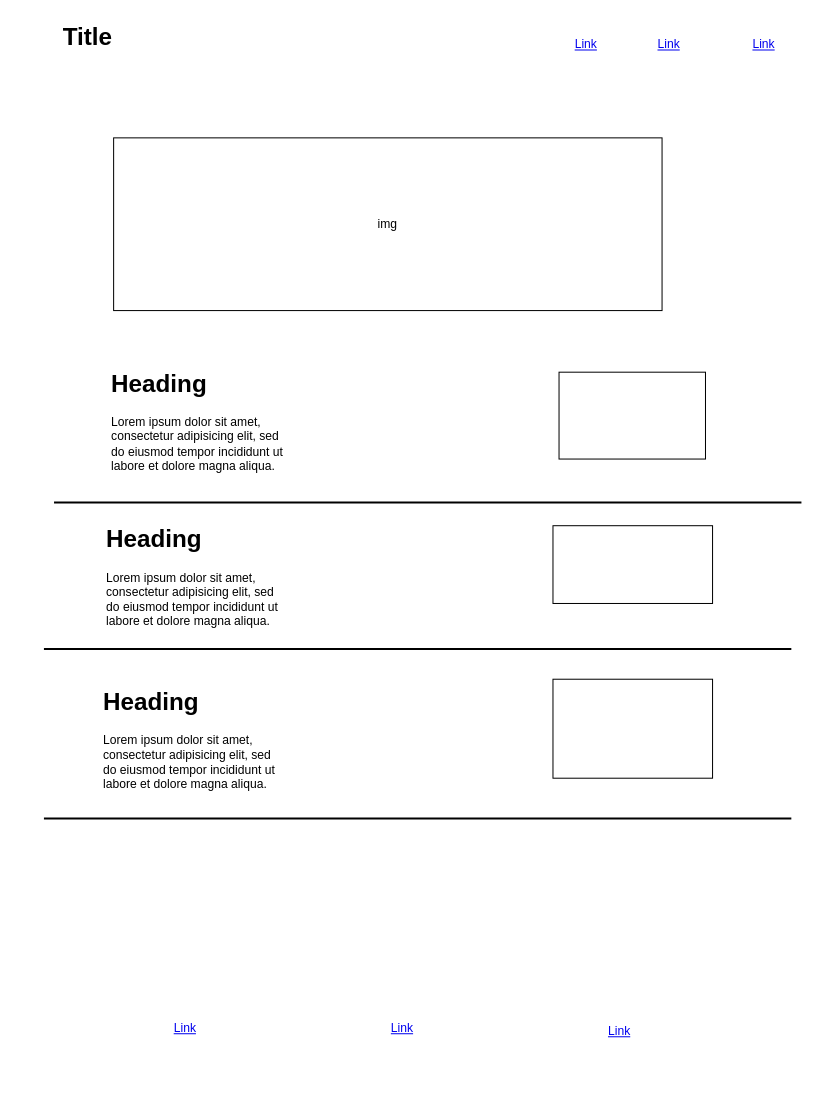
The draw.io diagram Untitled Diagram.drawio in PaulR1209/leamington-spa, before the edit. Source tidied: cells renumbered, new cells numbered last; positions are measured from the earlier drawing's top-left corner, leaving out a move shared by most shapes. Both pictures are drawn from the tidied source at 101%, with x=0, y=0 at pixel (36, 17).
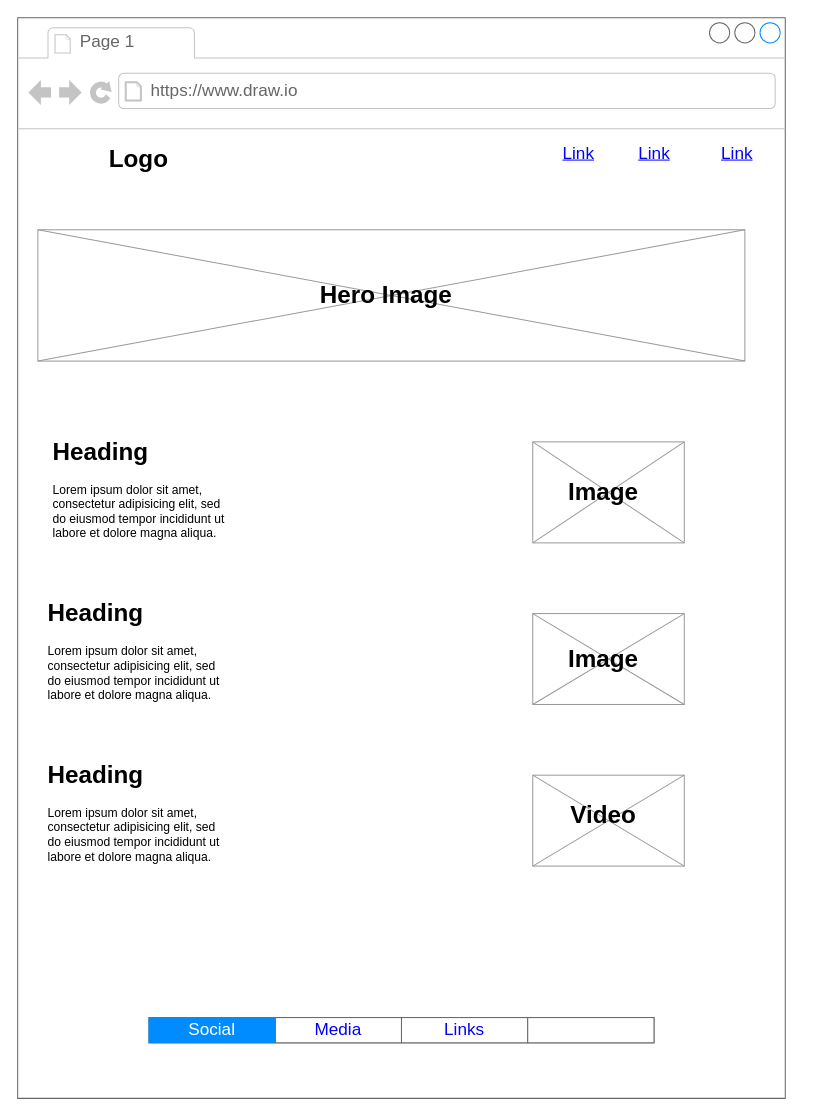
Above is the later version.

Diff of the diagram source:
```diff
@@
-    <mxCell id="2" value="Title" style="text;strokeColor=none;fillColor=none;html=1;fontSize=24;fontStyle=1;verticalAlign=middle;align=center;" parent="1" vertex="1">
-      <mxGeometry width="100" height="40" as="geometry" />
-    </mxCell>
-    <mxCell id="3" value="Link" style="text;html=1;strokeColor=none;fillColor=none;whiteSpace=wrap;align=center;verticalAlign=middle;fontColor=#0000EE;fontStyle=4;" parent="1" vertex="1">
-      <mxGeometry x="514" y="7" width="60" height="40" as="geometry" />
-    </mxCell>
-    <mxCell id="4" value="Link" style="text;html=1;strokeColor=none;fillColor=none;whiteSpace=wrap;align=center;verticalAlign=middle;fontColor=#0000EE;fontStyle=4;" parent="1" vertex="1">
-      <mxGeometry x="596" y="7" width="60" height="40" as="geometry" />
-    </mxCell>
-    <mxCell id="5" value="Link" style="text;html=1;strokeColor=none;fillColor=none;whiteSpace=wrap;align=center;verticalAlign=middle;fontColor=#0000EE;fontStyle=4;" parent="1" vertex="1">
-      <mxGeometry x="690" y="7" width="60" height="40" as="geometry" />
-    </mxCell>
-    <mxCell id="6" value="img" style="rounded=0;whiteSpace=wrap;html=1;" parent="1" vertex="1">
-      <mxGeometry x="76" y="119" width="543" height="171" as="geometry" />
-    </mxCell>
-    <mxCell id="7" value="&lt;h1&gt;Heading&lt;/h1&gt;&lt;p&gt;Lorem ipsum dolor sit amet, consectetur adipisicing elit, sed do eiusmod tempor incididunt ut labore et dolore magna aliqua.&lt;/p&gt;" style="text;html=1;strokeColor=none;fillColor=none;spacing=5;spacingTop=-20;whiteSpace=wrap;overflow=hidden;rounded=0;" parent="1" vertex="1">
-      <mxGeometry x="69" y="343" width="190" height="120" as="geometry" />
-    </mxCell>
-    <mxCell id="8" value="&lt;h1&gt;Heading&lt;/h1&gt;&lt;p&gt;Lorem ipsum dolor sit amet, consectetur adipisicing elit, sed do eiusmod tempor incididunt ut labore et dolore magna aliqua.&lt;/p&gt;" style="text;html=1;strokeColor=none;fillColor=none;spacing=5;spacingTop=-20;whiteSpace=wrap;overflow=hidden;rounded=0;" parent="1" vertex="1">
-      <mxGeometry x="64" y="497" width="190" height="120" as="geometry" />
-    </mxCell>
-    <mxCell id="9" value="&lt;h1&gt;Heading&lt;/h1&gt;&lt;p&gt;Lorem ipsum dolor sit amet, consectetur adipisicing elit, sed do eiusmod tempor incididunt ut labore et dolore magna aliqua.&lt;/p&gt;" style="text;html=1;strokeColor=none;fillColor=none;spacing=5;spacingTop=-20;whiteSpace=wrap;overflow=hidden;rounded=0;" parent="1" vertex="1">
-      <mxGeometry x="61" y="658" width="190" height="120" as="geometry" />
-    </mxCell>
-    <mxCell id="10" style="rounded=0;whiteSpace=wrap;html=1;" parent="1" vertex="1">
-      <mxGeometry x="517" y="351" width="145" height="86" as="geometry" />
-    </mxCell>
-    <mxCell id="11" style="rounded=0;whiteSpace=wrap;html=1;" parent="1" vertex="1">
-      <mxGeometry x="511" y="503" width="158" height="77" as="geometry" />
-    </mxCell>
-    <mxCell id="12" style="rounded=0;whiteSpace=wrap;html=1;" parent="1" vertex="1">
-      <mxGeometry x="511" y="655" width="158" height="98" as="geometry" />
-    </mxCell>
-    <mxCell id="13" style="line;strokeWidth=2;html=1;" parent="1" vertex="1">
-      <mxGeometry x="17" y="475" width="740" height="10" as="geometry" />
-    </mxCell>
-    <mxCell id="14" style="line;strokeWidth=2;html=1;" parent="1" vertex="1">
-      <mxGeometry x="7" y="788" width="740" height="10" as="geometry" />
-    </mxCell>
-    <mxCell id="15" style="line;strokeWidth=2;html=1;" parent="1" vertex="1">
-      <mxGeometry x="7" y="620" width="740" height="10" as="geometry" />
-    </mxCell>
-    <mxCell id="16" value="Link" style="text;html=1;strokeColor=none;fillColor=none;whiteSpace=wrap;align=center;verticalAlign=middle;fontColor=#0000EE;fontStyle=4;" parent="1" vertex="1">
-      <mxGeometry x="117" y="981" width="60" height="40" as="geometry" />
-    </mxCell>
-    <mxCell id="17" value="Link" style="text;html=1;strokeColor=none;fillColor=none;whiteSpace=wrap;align=center;verticalAlign=middle;fontColor=#0000EE;fontStyle=4;" parent="1" vertex="1">
-      <mxGeometry x="332" y="981" width="60" height="40" as="geometry" />
-    </mxCell>
-    <mxCell id="18" value="Link" style="text;html=1;strokeColor=none;fillColor=none;whiteSpace=wrap;align=center;verticalAlign=middle;fontColor=#0000EE;fontStyle=4;" parent="1" vertex="1">
-      <mxGeometry x="547" y="984" width="60" height="40" as="geometry" />
-    </mxCell>
+    <mxCell id="19" style="strokeWidth=1;shadow=0;dashed=0;align=center;html=1;shape=mxgraph.mockup.containers.browserWindow;rSize=0;strokeColor=#666666;strokeColor2=#008cff;strokeColor3=#c4c4c4;mainText=,;" parent="1" vertex="1">
+      <mxGeometry x="-19" width="760" height="1070" as="geometry" />
+    </mxCell>
+    <mxCell id="20" value="Page 1" style="strokeWidth=1;shadow=0;dashed=0;align=center;html=1;shape=mxgraph.mockup.containers.anchor;fontSize=17;fontColor=#666666;align=left;whiteSpace=wrap;" parent="19" vertex="1">
+      <mxGeometry x="60" y="12" width="110" height="26" as="geometry" />
+    </mxCell>
+    <mxCell id="21" value="https://www.draw.io" style="strokeWidth=1;shadow=0;dashed=0;align=center;html=1;shape=mxgraph.mockup.containers.anchor;rSize=0;fontSize=17;fontColor=#666666;align=left;" parent="19" vertex="1">
+      <mxGeometry x="130" y="60" width="250" height="26" as="geometry" />
+    </mxCell>
+    <mxCell id="22" value="Link" style="shape=rectangle;strokeColor=none;fillColor=none;linkText=;fontSize=17;fontColor=#0000ff;fontStyle=4;html=1;align=center;" parent="19" vertex="1">
+      <mxGeometry x="637" y="120" width="150" height="30" as="geometry" />
+    </mxCell>
+    <mxCell id="23" value="Link" style="shape=rectangle;strokeColor=none;fillColor=none;linkText=;fontSize=17;fontColor=#0000ff;fontStyle=4;html=1;align=center;" parent="19" vertex="1">
+      <mxGeometry x="570" y="120" width="120" height="30" as="geometry" />
+    </mxCell>
+    <mxCell id="24" value="Link" style="shape=rectangle;strokeColor=none;fillColor=none;linkText=;fontSize=17;fontColor=#0000ff;fontStyle=4;html=1;align=center;" parent="19" vertex="1">
+      <mxGeometry x="480" y="120" width="150" height="30" as="geometry" />
+    </mxCell>
+    <mxCell id="25" value="&lt;span style=&quot;font-size: 24px;&quot;&gt;&lt;b&gt;Logo&lt;/b&gt;&lt;/span&gt;" style="text;html=1;strokeColor=none;fillColor=none;align=center;verticalAlign=middle;whiteSpace=wrap;rounded=0;" parent="19" vertex="1">
+      <mxGeometry x="30" y="120" width="180" height="40" as="geometry" />
+    </mxCell>
+    <mxCell id="26" style="verticalLabelPosition=bottom;shadow=0;dashed=0;align=center;html=1;verticalAlign=top;strokeWidth=1;shape=mxgraph.mockup.graphics.simpleIcon;strokeColor=#999999;" parent="19" vertex="1">
+      <mxGeometry x="20" y="210" width="700" height="130" as="geometry" />
+    </mxCell>
+    <mxCell id="27" value="&lt;font style=&quot;font-size: 24px;&quot;&gt;&lt;b&gt;Hero Image&lt;/b&gt;&lt;/font&gt;" style="text;html=1;strokeColor=none;fillColor=none;align=center;verticalAlign=middle;whiteSpace=wrap;rounded=0;" parent="19" vertex="1">
+      <mxGeometry x="170" y="240" width="390" height="70" as="geometry" />
+    </mxCell>
+    <mxCell id="28" value="&lt;h1&gt;Heading&lt;/h1&gt;&lt;p&gt;Lorem ipsum dolor sit amet, consectetur adipisicing elit, sed do eiusmod tempor incididunt ut labore et dolore magna aliqua.&lt;/p&gt;" style="text;html=1;strokeColor=none;fillColor=none;spacing=5;spacingTop=-20;whiteSpace=wrap;overflow=hidden;rounded=0;" parent="19" vertex="1">
+      <mxGeometry x="30" y="410" width="190" height="120" as="geometry" />
+    </mxCell>
+    <mxCell id="29" value="&lt;h1&gt;Heading&lt;/h1&gt;&lt;p&gt;Lorem ipsum dolor sit amet, consectetur adipisicing elit, sed do eiusmod tempor incididunt ut labore et dolore magna aliqua.&lt;/p&gt;" style="text;html=1;strokeColor=none;fillColor=none;spacing=5;spacingTop=-20;whiteSpace=wrap;overflow=hidden;rounded=0;" parent="19" vertex="1">
+      <mxGeometry x="25" y="570" width="190" height="120" as="geometry" />
+    </mxCell>
+    <mxCell id="30" value="&lt;h1&gt;Heading&lt;/h1&gt;&lt;p&gt;Lorem ipsum dolor sit amet, consectetur adipisicing elit, sed do eiusmod tempor incididunt ut labore et dolore magna aliqua.&lt;/p&gt;" style="text;html=1;strokeColor=none;fillColor=none;spacing=5;spacingTop=-20;whiteSpace=wrap;overflow=hidden;rounded=0;" parent="19" vertex="1">
+      <mxGeometry x="25" y="730" width="190" height="120" as="geometry" />
+    </mxCell>
+    <mxCell id="31" style="verticalLabelPosition=bottom;shadow=0;dashed=0;align=center;html=1;verticalAlign=top;strokeWidth=1;shape=mxgraph.mockup.graphics.simpleIcon;strokeColor=#999999;" parent="19" vertex="1">
+      <mxGeometry x="510" y="420" width="150" height="100" as="geometry" />
+    </mxCell>
+    <mxCell id="32" style="verticalLabelPosition=bottom;shadow=0;dashed=0;align=center;html=1;verticalAlign=top;strokeWidth=1;shape=mxgraph.mockup.graphics.simpleIcon;strokeColor=#999999;" parent="19" vertex="1">
+      <mxGeometry x="510" y="590" width="150" height="90" as="geometry" />
+    </mxCell>
+    <mxCell id="33" style="verticalLabelPosition=bottom;shadow=0;dashed=0;align=center;html=1;verticalAlign=top;strokeWidth=1;shape=mxgraph.mockup.graphics.simpleIcon;strokeColor=#999999;" parent="19" vertex="1">
+      <mxGeometry x="510" y="750" width="150" height="90" as="geometry" />
+    </mxCell>
+    <mxCell id="34" value="&lt;font style=&quot;font-size: 24px;&quot;&gt;&lt;b&gt;Image&lt;/b&gt;&lt;/font&gt;" style="text;html=1;strokeColor=none;fillColor=none;align=center;verticalAlign=middle;whiteSpace=wrap;rounded=0;" parent="19" vertex="1">
+      <mxGeometry x="550" y="455" width="60" height="30" as="geometry" />
+    </mxCell>
+    <mxCell id="35" value="&lt;font style=&quot;font-size: 24px;&quot;&gt;&lt;b&gt;Image&lt;/b&gt;&lt;/font&gt;" style="text;html=1;strokeColor=none;fillColor=none;align=center;verticalAlign=middle;whiteSpace=wrap;rounded=0;" parent="19" vertex="1">
+      <mxGeometry x="550" y="620" width="60" height="30" as="geometry" />
+    </mxCell>
+    <mxCell id="36" value="&lt;font style=&quot;font-size: 24px;&quot;&gt;&lt;b&gt;Video&lt;/b&gt;&lt;/font&gt;" style="text;html=1;strokeColor=none;fillColor=none;align=center;verticalAlign=middle;whiteSpace=wrap;rounded=0;" parent="19" vertex="1">
+      <mxGeometry x="550" y="775" width="60" height="30" as="geometry" />
+    </mxCell>
+    <mxCell id="37" style="strokeWidth=1;shadow=0;dashed=0;align=center;html=1;shape=mxgraph.mockup.text.rrect;rSize=0;strokeColor=#666666;" parent="19" vertex="1">
+      <mxGeometry x="130" y="990" width="500" height="25" as="geometry" />
+    </mxCell>
+    <mxCell id="38" value="Media" style="strokeColor=inherit;fillColor=inherit;gradientColor=inherit;strokeWidth=1;shadow=0;dashed=0;align=center;html=1;shape=mxgraph.mockup.text.rrect;rSize=0;fontSize=17;fontColor=#0000ff;whiteSpace=wrap;" parent="37" vertex="1">
+      <mxGeometry x="125" width="125" height="25" as="geometry" />
+    </mxCell>
+    <mxCell id="39" value="Links" style="strokeColor=inherit;fillColor=inherit;gradientColor=inherit;strokeWidth=1;shadow=0;dashed=0;align=center;html=1;shape=mxgraph.mockup.text.rrect;rSize=0;fontSize=17;fontColor=#0000ff;whiteSpace=wrap;" parent="37" vertex="1">
+      <mxGeometry x="250" width="125" height="25" as="geometry" />
+    </mxCell>
+    <mxCell id="40" style="strokeColor=inherit;fillColor=inherit;gradientColor=inherit;strokeWidth=1;shadow=0;dashed=0;align=center;html=1;shape=mxgraph.mockup.text.rrect;rSize=0;fontSize=17;fontColor=#0000ff;whiteSpace=wrap;" parent="37" vertex="1">
+      <mxGeometry x="375" width="125" height="25" as="geometry" />
+    </mxCell>
+    <mxCell id="41" value="Social" style="strokeWidth=1;shadow=0;dashed=0;align=center;html=1;shape=mxgraph.mockup.text.rrect;rSize=0;fontSize=17;fontColor=#ffffff;fillColor=#008cff;strokeColor=#008cff;whiteSpace=wrap;" parent="37" vertex="1">
+      <mxGeometry width="125" height="25" as="geometry" />
+    </mxCell>
```
